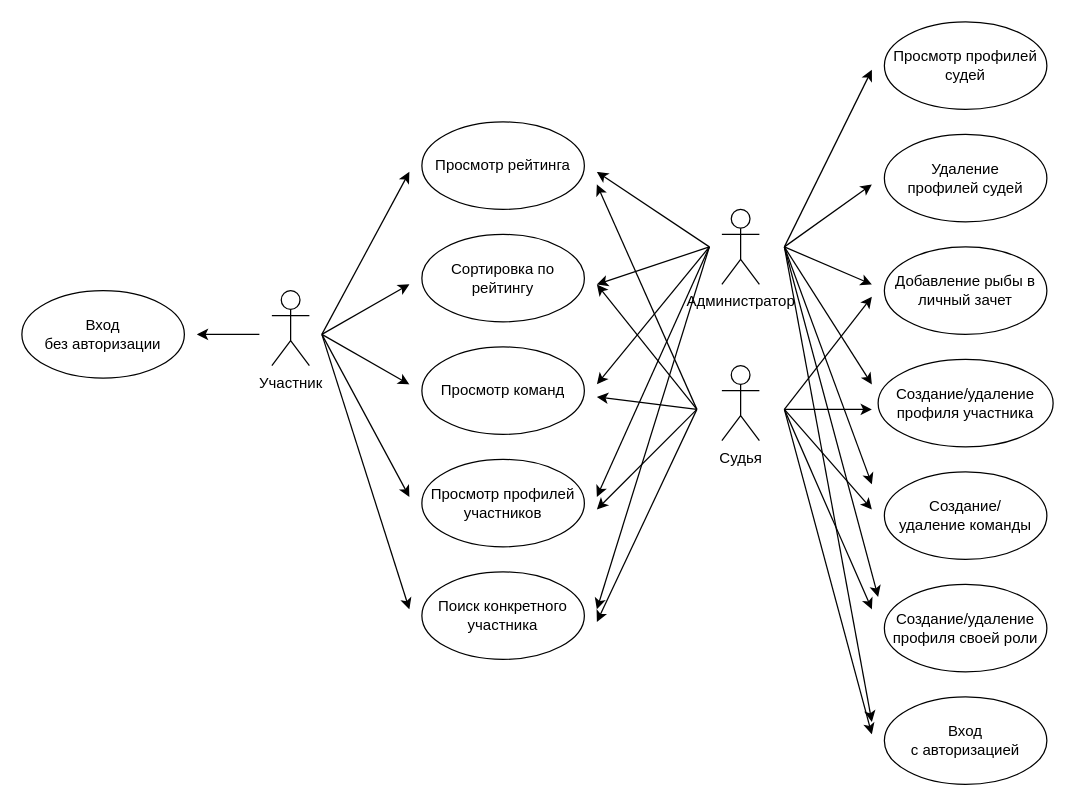
poliorang/CP_DB_BMSTU_6_semester keeps this draw.io diagram as page "Use-Case" (1 of 4) of drawio/rfpr.drawio. Above is the earlier version. Source tidied: cells renumbered, new cells numbered last; positions are measured from the earlier drawing's top-left corner, leaving out a move shared by most shapes. Both pictures are drawn from the tidied source at 125%, with x=0, y=0 at pixel (21, 21).
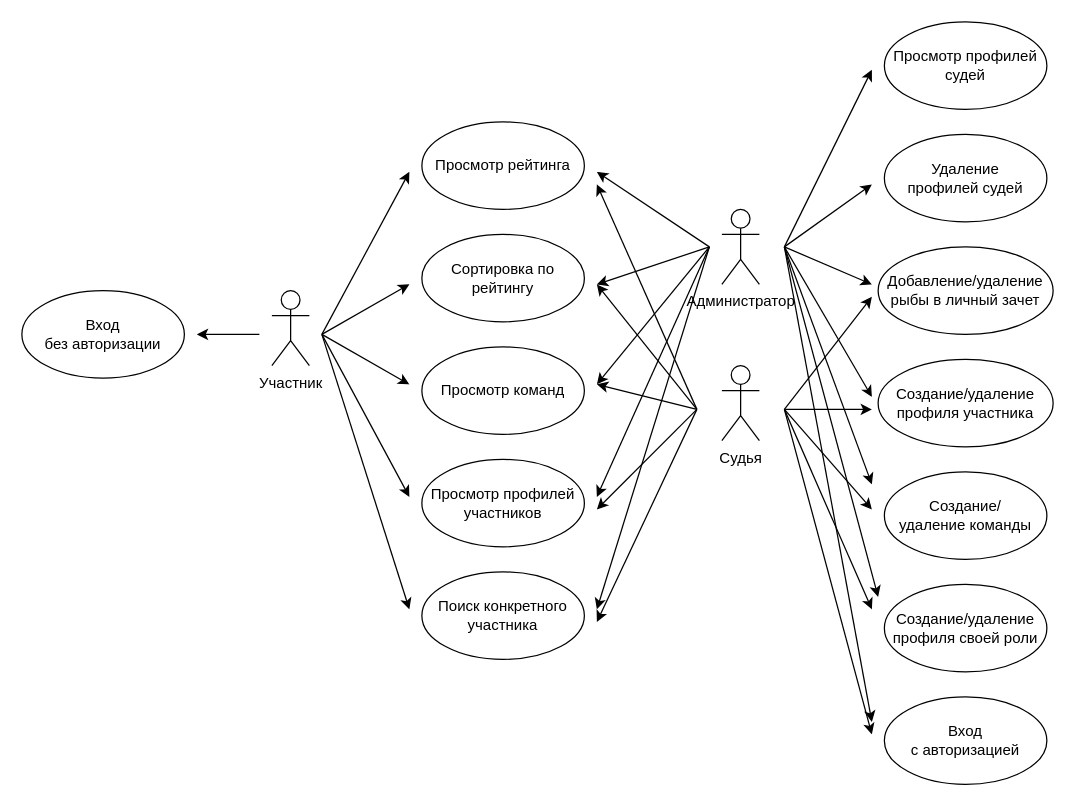
The same page after the edit.

Change to the diagram source:
```diff
@@
-    <mxCell id="8" value="Добавление рыбы в личный зачет" style="ellipse;whiteSpace=wrap;html=1;" parent="1" vertex="1">
-      <mxGeometry x="690" y="180" width="130" height="70" as="geometry" />
+    <mxCell id="8" value="Добавление/удаление рыбы в личный зачет" style="ellipse;whiteSpace=wrap;html=1;" parent="1" vertex="1">
+      <mxGeometry x="685" y="180" width="140" height="70" as="geometry" />
     </mxCell>
@@
     <mxCell id="21" style="endArrow=classic;html=1;rounded=0;" parent="1" edge="1">
       <mxGeometry relative="1" as="geometry">
         <mxPoint x="610" y="180" as="sourcePoint" />
-        <mxPoint x="680" y="290" as="targetPoint" />
+        <mxPoint x="680" y="300" as="targetPoint" />
       </mxGeometry>
     </mxCell>
@@
     <mxCell id="35" style="endArrow=classic;html=1;rounded=0;" parent="1" edge="1">
       <mxGeometry relative="1" as="geometry">
         <mxPoint x="540" y="310" as="sourcePoint" />
-        <mxPoint x="460" y="300" as="targetPoint" />
+        <mxPoint x="460" y="290" as="targetPoint" />
       </mxGeometry>
     </mxCell>
```
